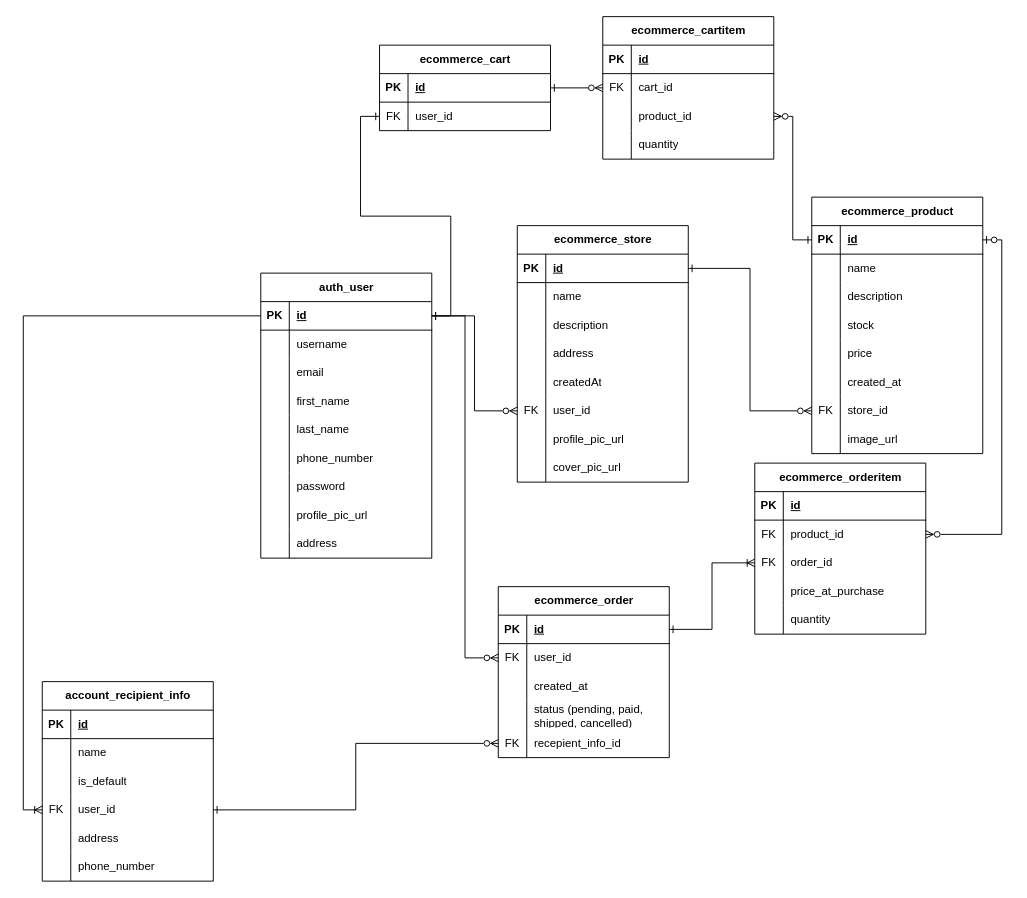
RHILIUS/drawio keeps this draw.io diagram as page "All" (1 of 3) of E-Commerce API ERD.drawio. Above is the earlier version. Source tidied: cells renumbered, new cells numbered last; positions are measured from the earlier drawing's top-left corner, leaving out a move shared by most shapes. Both pictures are drawn from the tidied source at 95%, with x=0, y=0 at pixel (42, 16).
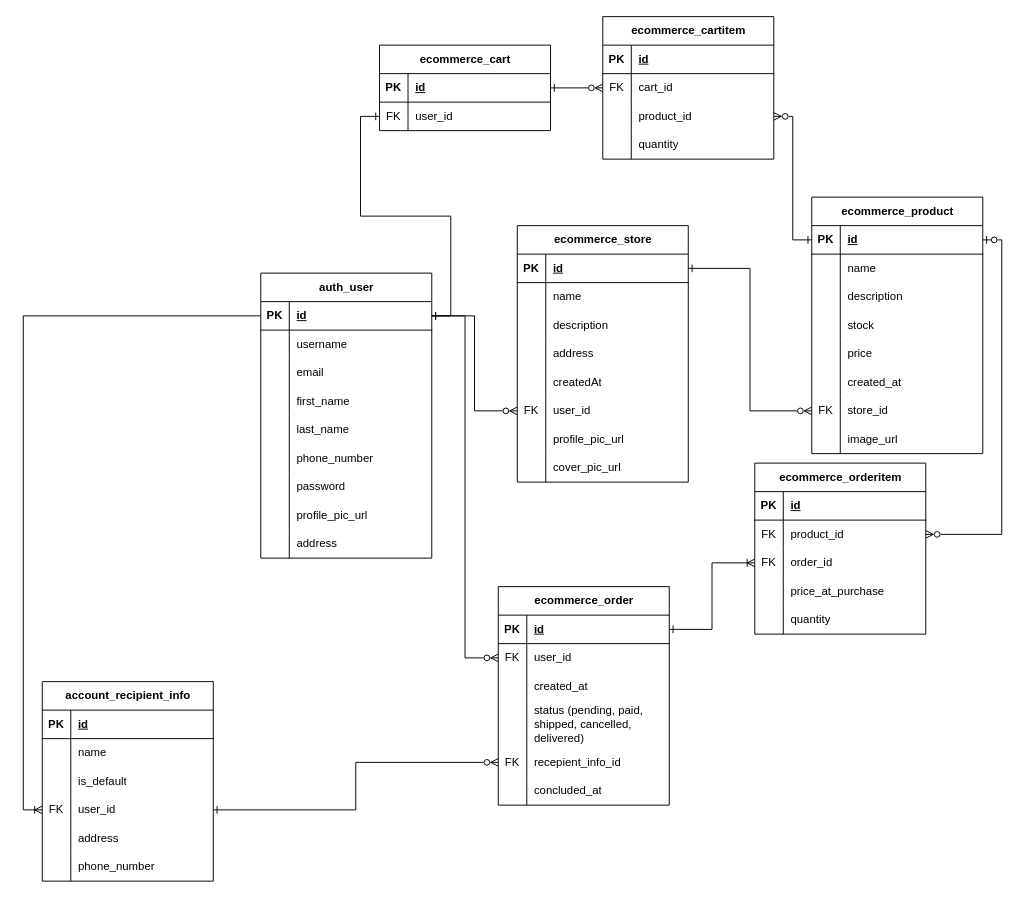
Above is the later version.

Commit message (it also covers changes not shown here):
feat: add delivered status and concluded_at field to Order table

What changed in the source:
```diff
@@
     <mxCell id="78" value="ecommerce_order" style="shape=table;startSize=30;childLayout=tableLayout;rowLines=0;fontStyle=1;align=center;html=1;" parent="1" vertex="1">
-      <mxGeometry x="480" y="600" width="180" height="180" as="geometry" />
+      <mxGeometry x="480" y="600" width="180" height="230" as="geometry" />
     </mxCell>
@@
     <mxCell id="88" style="shape=tableRow;horizontal=0;startSize=0;swimlaneHead=0;swimlaneBody=0;fillColor=none;top=0;left=0;right=0;bottom=0;" parent="78" vertex="1">
-      <mxGeometry y="120" width="180" height="30" as="geometry" />
+      <mxGeometry y="120" width="180" height="50" as="geometry" />
     </mxCell>
     <mxCell id="89" style="shape=partialRectangle;fillColor=none;top=0;left=0;bottom=0;right=0;overflow=hidden;whiteSpace=wrap;html=1;" parent="88" vertex="1">
-      <mxGeometry width="30" height="30" as="geometry" />
+      <mxGeometry width="30" height="50" as="geometry" />
     </mxCell>
-    <mxCell id="90" value="status (pending, paid, shipped, cancelled)" style="shape=partialRectangle;fillColor=none;top=0;left=0;bottom=0;right=0;align=left;spacingLeft=6;overflow=hidden;whiteSpace=wrap;html=1;" parent="88" vertex="1">
-      <mxGeometry x="30" width="150" height="30" as="geometry" />
+    <mxCell id="90" value="status (pending, paid, shipped, cancelled, delivered)" style="shape=partialRectangle;fillColor=none;top=0;left=0;bottom=0;right=0;align=left;spacingLeft=6;overflow=hidden;whiteSpace=wrap;html=1;" parent="88" vertex="1">
+      <mxGeometry x="30" width="150" height="50" as="geometry" />
     </mxCell>
     <mxCell id="91" style="shape=tableRow;horizontal=0;startSize=0;swimlaneHead=0;swimlaneBody=0;fillColor=none;points=[[0,0.5],[1,0.5]];portConstraint=eastwest;top=0;left=0;right=0;bottom=0;" parent="78" vertex="1">
-      <mxGeometry y="150" width="180" height="30" as="geometry" />
+      <mxGeometry y="170" width="180" height="30" as="geometry" />
     </mxCell>
@@
+    <mxCell id="161" style="shape=tableRow;horizontal=0;startSize=0;swimlaneHead=0;swimlaneBody=0;fillColor=none;top=0;left=0;right=0;bottom=0;" parent="78" vertex="1">
+      <mxGeometry y="200" width="180" height="30" as="geometry" />
+    </mxCell>
+    <mxCell id="162" style="shape=partialRectangle;fillColor=none;top=0;left=0;bottom=0;right=0;overflow=hidden;whiteSpace=wrap;html=1;" parent="161" vertex="1">
+      <mxGeometry width="30" height="30" as="geometry" />
+    </mxCell>
+    <mxCell id="163" value="concluded_at" style="shape=partialRectangle;fillColor=none;top=0;left=0;bottom=0;right=0;align=left;spacingLeft=6;overflow=hidden;whiteSpace=wrap;html=1;" parent="161" vertex="1">
+      <mxGeometry x="30" width="150" height="30" as="geometry" />
+    </mxCell>
```
